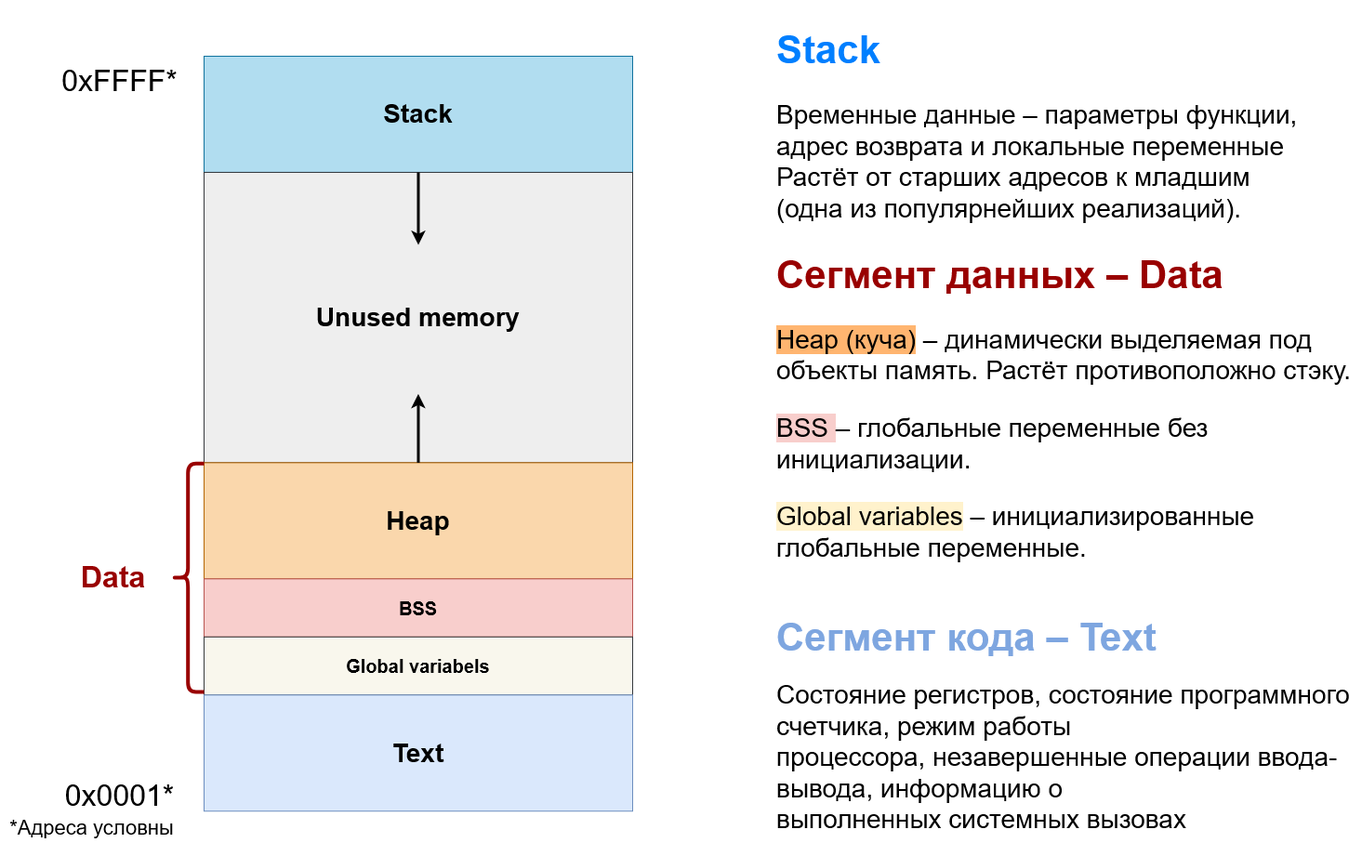
Above: docs/source/OS/img/Process/Proc_Struct_txt.png in Steindvart/My_study (draw.io), before the change. Source tidied: cells renumbered, new cells last; positions are measured from the earlier drawing's top-left corner, leaving out a move shared by most shapes.
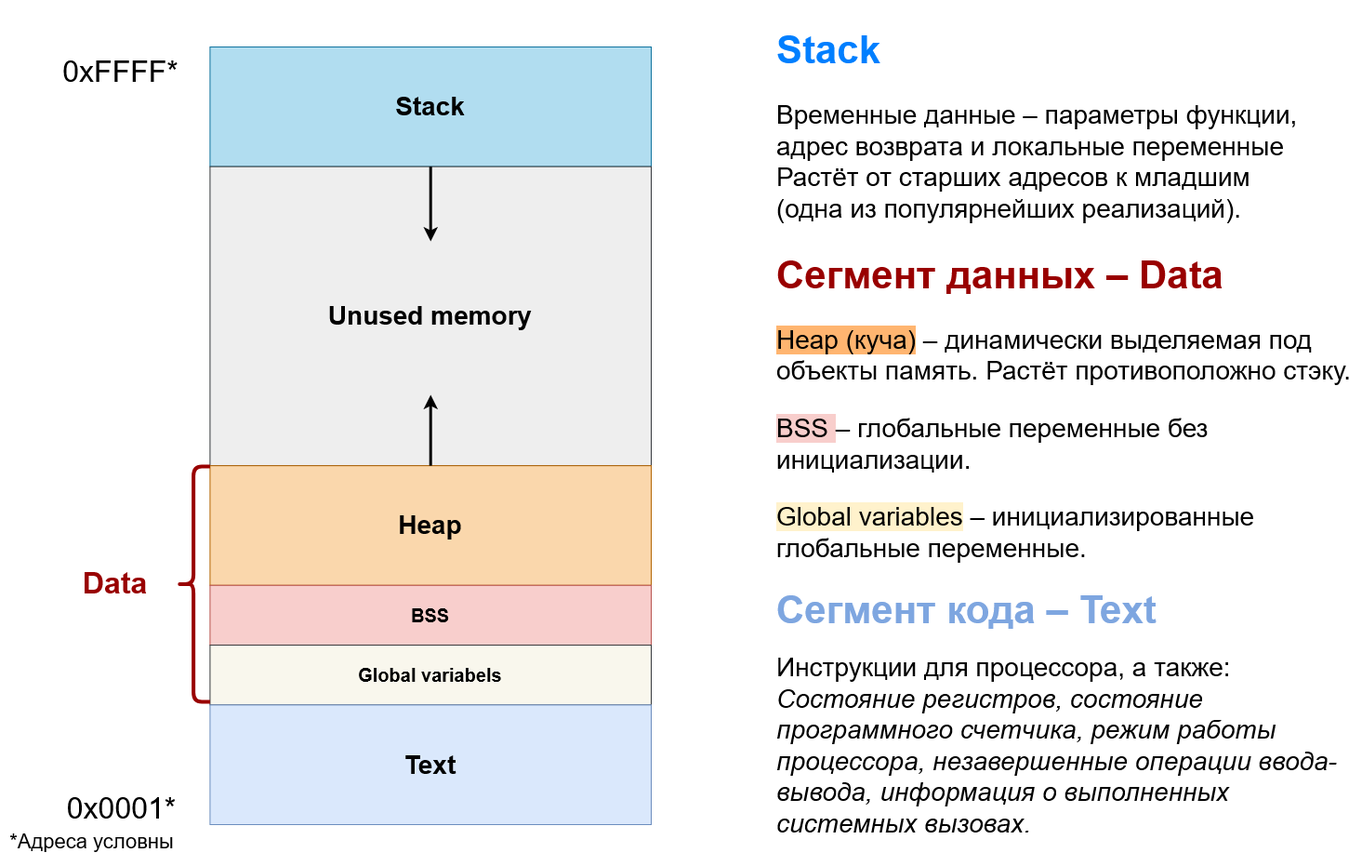
The same file after the commit.

Commit message:
Modife Proc_Struct scheme

What changed in the source:
```diff
@@ -8,69 +8,69 @@
     <mxCell id="3" value="&lt;h1 style=&quot;font-size: 30px&quot;&gt;&lt;font style=&quot;font-size: 42px&quot;&gt;&lt;font color=&quot;#007FFF&quot;&gt;&lt;font color=&quot;#990000&quot;&gt;Сегмент данных – Data&lt;/font&gt;&lt;br&gt;&lt;/font&gt;&lt;/font&gt;&lt;/h1&gt;&lt;p style=&quot;font-size: 28px&quot;&gt;&lt;font style=&quot;font-size: 28px&quot;&gt;&lt;span style=&quot;background-color: rgb(255 , 181 , 112)&quot;&gt;Heap (куча)&lt;/span&gt; – динамически выделяемая под объекты память. Растёт противоположно стэку.&lt;br&gt;&lt;/font&gt;&lt;/p&gt;&lt;p style=&quot;font-size: 28px&quot;&gt;&lt;font style=&quot;font-size: 28px&quot;&gt;&lt;span style=&quot;background-color: rgb(248 , 206 , 204)&quot;&gt;BSS&lt;span style=&quot;background-color: transparent&quot;&gt; &lt;/span&gt;&lt;/span&gt;– глобальные переменные без инициализации.&lt;/font&gt;&lt;/p&gt;&lt;p style=&quot;font-size: 28px&quot;&gt;&lt;font style=&quot;font-size: 28px&quot;&gt;&lt;font style=&quot;font-size: 28px&quot;&gt;&lt;span style=&quot;background-color: rgb(255 , 242 , 204)&quot;&gt;Global variables&lt;/span&gt; – инициализированные глобальные переменные.&lt;/font&gt;&lt;br&gt;&lt;/font&gt;&lt;/p&gt;" style="text;html=1;strokeColor=none;fillColor=none;spacing=5;spacingTop=-20;whiteSpace=wrap;overflow=hidden;rounded=0;shadow=0;glass=0;comic=0;" parent="1" vertex="1">
       <mxGeometry x="830" y="250" width="634" height="360" as="geometry" />
     </mxCell>
-    <mxCell id="4" value="&lt;h1 style=&quot;font-size: 30px&quot;&gt;&lt;font style=&quot;font-size: 42px&quot;&gt;&lt;font color=&quot;#007FFF&quot;&gt;&lt;font color=&quot;#7EA6E0&quot;&gt;Сегмент кода – Text&lt;/font&gt;&lt;/font&gt;&lt;/font&gt;&lt;/h1&gt;&lt;div style=&quot;font-size: 28px&quot;&gt;Состояние регистров, состояние программного счетчика, режим работы &lt;br&gt;процессора, незавершенные операции ввода-вывода, информацию о &lt;br&gt;выполненных системных вызовах&lt;/div&gt;" style="text;html=1;strokeColor=none;fillColor=none;spacing=5;spacingTop=-20;whiteSpace=wrap;overflow=hidden;rounded=0;shadow=0;glass=0;comic=0;" parent="1" vertex="1">
-      <mxGeometry x="830" y="640" width="634" height="270" as="geometry" />
+    <mxCell id="4" value="&lt;h1 style=&quot;font-size: 30px&quot;&gt;&lt;font style=&quot;font-size: 42px&quot;&gt;&lt;font color=&quot;#007FFF&quot;&gt;&lt;font color=&quot;#7EA6E0&quot;&gt;Сегмент кода – Text&lt;/font&gt;&lt;/font&gt;&lt;/font&gt;&lt;/h1&gt;&lt;div style=&quot;font-size: 28px&quot;&gt;Инструкции для процессора, а также: &lt;i&gt;Состояние регистров, состояние программного счетчика, режим работы процессора, незавершенные операции ввода-вывода, информация о выполненных системных вызовах.&lt;/i&gt;&lt;/div&gt;" style="text;html=1;strokeColor=none;fillColor=none;spacing=5;spacingTop=-20;whiteSpace=wrap;overflow=hidden;rounded=0;shadow=0;glass=0;comic=0;" parent="1" vertex="1">
+      <mxGeometry x="830" y="610" width="634" height="290" as="geometry" />
     </mxCell>
     <mxCell id="5" style="group;" parent="1" vertex="1">
-      <mxGeometry y="50" width="680" height="855" as="geometry" />
+      <mxGeometry y="50" width="700" height="870" as="geometry" />
     </mxCell>
     <mxCell id="6" style="group;" parent="5" vertex="1">
-      <mxGeometry width="680" height="855" as="geometry" />
+      <mxGeometry y="-10" width="700" height="880" as="geometry" />
     </mxCell>
     <mxCell id="7" style="group;strokeWidth=12;" parent="6" vertex="1">
-      <mxGeometry x="219" width="461" height="812.3" as="geometry" />
+      <mxGeometry x="225.4" width="474.6" height="836" as="geometry" />
     </mxCell>
     <mxCell id="8" style="group;" parent="7" vertex="1">
-      <mxGeometry width="461" height="812.3" as="geometry" />
+      <mxGeometry width="474.6" height="836" as="geometry" />
     </mxCell>
     <mxCell id="9" style="group;" parent="8" vertex="1">
-      <mxGeometry width="461" height="812.3" as="geometry" />
+      <mxGeometry width="474.6" height="836" as="geometry" />
     </mxCell>
     <mxCell id="10" value="&lt;font size=&quot;1&quot;&gt;&lt;b&gt;&lt;font style=&quot;font-size: 28px&quot;&gt;Stack&lt;/font&gt;&lt;/b&gt;&lt;/font&gt;" style="rounded=0;whiteSpace=wrap;html=1;comic=0;fillColor=#b1ddf0;strokeColor=#10739e;" parent="9" vertex="1">
-      <mxGeometry width="461" height="125" as="geometry" />
+      <mxGeometry width="474.6" height="128.6" as="geometry" />
     </mxCell>
     <mxCell id="11" value="&lt;b&gt;&lt;font style=&quot;font-size: 28px&quot;&gt;Unused memory&lt;/font&gt;&lt;/b&gt;" style="rounded=0;whiteSpace=wrap;html=1;comic=0;glass=0;shadow=0;fillColor=#eeeeee;strokeColor=#36393d;" parent="9" vertex="1">
-      <mxGeometry y="125" width="461" height="312.4" as="geometry" />
+      <mxGeometry y="128.6" width="474.6" height="321.5" as="geometry" />
     </mxCell>
     <mxCell id="12" value="&lt;b&gt;&lt;font style=&quot;font-size: 28px&quot;&gt;Heap&lt;/font&gt;&lt;/b&gt;" style="rounded=0;whiteSpace=wrap;html=1;comic=0;fillColor=#fad7ac;strokeColor=#b46504;" parent="9" vertex="1">
-      <mxGeometry y="437.4" width="461" height="125" as="geometry" />
+      <mxGeometry y="450.2" width="474.6" height="128.6" as="geometry" />
     </mxCell>
     <mxCell id="13" value="&lt;font style=&quot;font-size: 20px&quot;&gt;&lt;b&gt;BSS&lt;/b&gt;&lt;/font&gt;" style="rounded=0;whiteSpace=wrap;html=1;comic=0;fillColor=#f8cecc;strokeColor=#b85450;" parent="9" vertex="1">
-      <mxGeometry y="562.3" width="461" height="62.5" as="geometry" />
+      <mxGeometry y="578.8" width="474.6" height="64.3" as="geometry" />
     </mxCell>
     <mxCell id="14" value="&lt;font style=&quot;font-size: 20px&quot;&gt;&lt;b&gt;Global variabels&lt;br&gt;&lt;/b&gt;&lt;/font&gt;" style="rounded=0;whiteSpace=wrap;html=1;comic=0;fillColor=#f9f7ed;strokeColor=#36393d;" parent="9" vertex="1">
-      <mxGeometry y="624.8" width="461" height="62.5" as="geometry" />
+      <mxGeometry y="643.1" width="474.6" height="64.3" as="geometry" />
     </mxCell>
     <mxCell id="15" value="&lt;font style=&quot;font-size: 28px&quot;&gt;&lt;b&gt;Text&lt;/b&gt;&lt;/font&gt;" style="rounded=0;whiteSpace=wrap;html=1;comic=0;fillColor=#dae8fc;strokeColor=#6c8ebf;" parent="9" vertex="1">
-      <mxGeometry y="687.3" width="461" height="125" as="geometry" />
+      <mxGeometry y="707.4" width="474.6" height="128.6" as="geometry" />
     </mxCell>
     <mxCell id="16" style="endArrow=classic;html=1;exitX=0.5;exitY=0;exitDx=0;exitDy=0;strokeWidth=3;" parent="9" edge="1" source="12">
       <mxGeometry relative="1" as="geometry">
-        <mxPoint x="230.5" y="363.4" as="targetPoint" />
+        <mxPoint x="237.3" y="374" as="targetPoint" />
       </mxGeometry>
     </mxCell>
     <mxCell id="17" style="endArrow=classic;html=1;exitX=0.5;exitY=0;exitDx=0;exitDy=0;strokeWidth=3;" parent="9" edge="1" source="11">
       <mxGeometry relative="1" as="geometry">
-        <mxPoint x="230.5" y="203.1" as="targetPoint" />
+        <mxPoint x="237.3" y="209" as="targetPoint" />
         <Array as="points">
-          <mxPoint x="230.5" y="192.4" />
+          <mxPoint x="237.3" y="198" />
         </Array>
       </mxGeometry>
     </mxCell>
     <mxCell id="18" value="&lt;font style=&quot;font-size: 32px&quot;&gt;0xFFFF*&lt;/font&gt;" style="text;html=1;align=center;verticalAlign=middle;" parent="6" vertex="1">
-      <mxGeometry x="57.6" y="10.7" width="140" height="30" as="geometry" />
+      <mxGeometry x="59.3" y="11" width="140" height="30" as="geometry" />
     </mxCell>
     <mxCell id="19" value="&lt;font style=&quot;font-size: 32px&quot;&gt;0x0001*&lt;/font&gt;" style="text;html=1;align=center;verticalAlign=middle;" parent="6" vertex="1">
-      <mxGeometry x="63.4" y="780.2" width="130" height="30" as="geometry" />
+      <mxGeometry x="65.3" y="803" width="130" height="30" as="geometry" />
     </mxCell>
     <mxCell id="20" style="shape=curlyBracket;whiteSpace=wrap;html=1;rounded=1;shadow=0;glass=0;comic=0;strokeWidth=4;fillColor=#FF0000;strokeColor=#990000;fontColor=#ffffff;" parent="6" vertex="1">
-      <mxGeometry x="184.4" y="438.2" width="34.6" height="245.8" as="geometry" />
+      <mxGeometry x="189.8" y="451" width="35.6" height="253" as="geometry" />
     </mxCell>
     <mxCell id="21" value="&lt;b&gt;&lt;font style=&quot;font-size: 32px&quot; color=&quot;#990000&quot;&gt;Data&lt;/font&gt;&lt;/b&gt;" style="text;html=1;align=center;verticalAlign=middle;" parent="6" vertex="1">
-      <mxGeometry x="80.7" y="545.1" width="80" height="30" as="geometry" />
+      <mxGeometry x="83.1" y="561" width="80" height="30" as="geometry" />
     </mxCell>
     <mxCell id="22" value="&lt;font style=&quot;font-size: 22px&quot;&gt;*Адреса условны&lt;/font&gt;" style="text;html=1;align=center;verticalAlign=middle;" parent="6" vertex="1">
-      <mxGeometry x="3.4" y="820" width="190" height="20" as="geometry" />
+      <mxGeometry x="3.5" y="844" width="190" height="20" as="geometry" />
     </mxCell>
   </root>
 </mxGraphModel>
```
